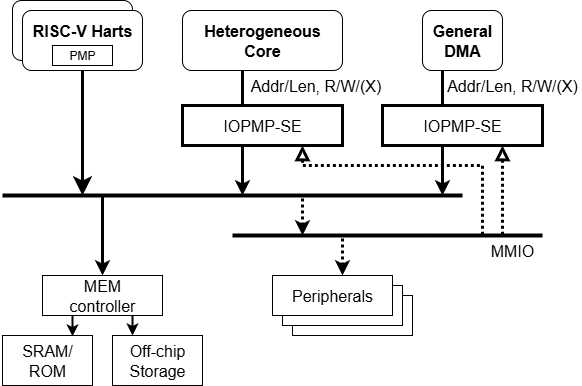
Before: images/IOPMP_SE.drawio.png, a diagram exported from draw.io (riscv-non-isa/iopmp-spec). Source tidied: cells renumbered, new cells last; positions are measured from the earlier drawing's top-left corner, leaving out a move shared by most shapes.
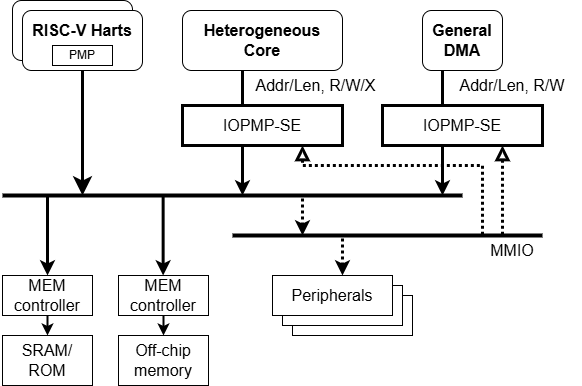
After the commit.

The edit, as a diff of the source:
```diff
@@ -2,124 +2,131 @@
   <root>
     <mxCell id="0" />
     <mxCell id="1" parent="0" />
-    <mxCell id="2" style="edgeStyle=orthogonalEdgeStyle;rounded=0;orthogonalLoop=1;jettySize=auto;html=1;endArrow=none;endFill=0;startArrow=classic;startFill=1;strokeWidth=3;curved=0;strokeColor=default;" parent="1" edge="1">
-      <mxGeometry relative="1" as="geometry">
-        <mxPoint x="240" y="195" as="sourcePoint" />
-        <mxPoint x="240" y="70" as="targetPoint" />
-      </mxGeometry>
-    </mxCell>
-    <mxCell id="3" style="edgeStyle=orthogonalEdgeStyle;rounded=0;orthogonalLoop=1;jettySize=auto;html=1;endArrow=none;endFill=0;startArrow=classic;startFill=1;strokeWidth=3;curved=0;strokeColor=default;" parent="1" edge="1">
-      <mxGeometry relative="1" as="geometry">
-        <mxPoint x="440" y="195" as="sourcePoint" />
-        <mxPoint x="440" y="70" as="targetPoint" />
-      </mxGeometry>
-    </mxCell>
-    <mxCell id="4" style="edgeStyle=orthogonalEdgeStyle;rounded=0;jettySize=auto;html=1;exitX=0.5;exitY=0;exitDx=0;exitDy=0;endArrow=none;endFill=0;startArrow=classic;startFill=1;strokeWidth=3;curved=0;strokeColor=default;exitPerimeter=0;" parent="1" edge="1" source="15">
-      <mxGeometry relative="1" as="geometry">
-        <mxPoint x="100" y="195" as="targetPoint" />
-      </mxGeometry>
-    </mxCell>
-    <mxCell id="5" style="edgeStyle=orthogonalEdgeStyle;rounded=0;jettySize=auto;html=1;exitX=0.5;exitY=1;exitDx=0;exitDy=0;strokeWidth=3;endArrow=classic;endFill=1;startSize=6;endSize=10;" parent="1" edge="1" source="21">
-      <mxGeometry relative="1" as="geometry">
-        <mxPoint x="80" y="195" as="targetPoint" />
-      </mxGeometry>
-    </mxCell>
+    <mxCell id="30" style="edgeStyle=orthogonalEdgeStyle;rounded=0;orthogonalLoop=1;jettySize=auto;html=1;endArrow=none;endFill=0;startArrow=classic;startFill=1;strokeWidth=3;curved=0;strokeColor=default;" parent="1" edge="1">
+      <mxGeometry relative="1" as="geometry">
+        <mxPoint x="240" y="195" as="sourcePoint" />
+        <mxPoint x="240" y="70" as="targetPoint" />
+      </mxGeometry>
+    </mxCell>
+    <mxCell id="31" style="edgeStyle=orthogonalEdgeStyle;rounded=0;orthogonalLoop=1;jettySize=auto;html=1;endArrow=none;endFill=0;startArrow=classic;startFill=1;strokeWidth=3;curved=0;strokeColor=default;" parent="1" edge="1">
+      <mxGeometry relative="1" as="geometry">
+        <mxPoint x="440" y="195" as="sourcePoint" />
+        <mxPoint x="440" y="70" as="targetPoint" />
+      </mxGeometry>
+    </mxCell>
+    <mxCell id="32" style="edgeStyle=orthogonalEdgeStyle;rounded=0;jettySize=auto;html=1;exitX=0.5;exitY=0;exitDx=0;exitDy=0;endArrow=none;endFill=0;startArrow=classic;startFill=1;strokeWidth=3;curved=0;strokeColor=default;exitPerimeter=0;" parent="1" edge="1" source="15">
+      <mxGeometry relative="1" as="geometry">
+        <mxPoint x="45" y="195" as="targetPoint" />
+      </mxGeometry>
+    </mxCell>
+    <mxCell id="33" style="edgeStyle=orthogonalEdgeStyle;rounded=0;jettySize=auto;html=1;exitX=0.5;exitY=1;exitDx=0;exitDy=0;strokeWidth=3;endArrow=classic;endFill=1;startSize=6;endSize=10;" parent="1" edge="1" source="21">
+      <mxGeometry relative="1" as="geometry">
+        <mxPoint x="80" y="195" as="targetPoint" />
+      </mxGeometry>
+    </mxCell>
     <mxCell id="6" value="&lt;font style=&quot;font-size: 16px;&quot;&gt;&lt;b&gt;Heterogeneous&lt;/b&gt;&lt;/font&gt;&lt;div&gt;&lt;font style=&quot;font-size: 16px;&quot;&gt;&lt;b&gt;Core&lt;/b&gt;&lt;/font&gt;&lt;/div&gt;" style="rounded=1;whiteSpace=wrap;html=1;" parent="1" vertex="1">
       <mxGeometry x="180" y="10" width="160" height="60" as="geometry" />
     </mxCell>
     <mxCell id="7" value="&lt;font style=&quot;font-size: 16px;&quot;&gt;&lt;b&gt;General&lt;/b&gt;&lt;/font&gt;&lt;div&gt;&lt;font style=&quot;font-size: 16px;&quot;&gt;&lt;b&gt;DMA&lt;/b&gt;&lt;/font&gt;&lt;/div&gt;" style="rounded=1;whiteSpace=wrap;html=1;" parent="1" vertex="1">
       <mxGeometry x="420" y="10" width="80" height="60" as="geometry" />
     </mxCell>
-    <mxCell id="8" style="edgeStyle=orthogonalEdgeStyle;rounded=0;orthogonalLoop=1;jettySize=auto;html=1;endArrow=none;endFill=0;startArrow=classic;startFill=1;strokeWidth=3;dashed=1;dashPattern=1 1;" parent="1" edge="1">
-      <mxGeometry relative="1" as="geometry">
-        <mxPoint x="300" y="235" as="sourcePoint" />
-        <mxPoint x="300" y="195" as="targetPoint" />
-        <Array as="points">
-          <mxPoint x="300" y="215" />
-          <mxPoint x="300" y="215" />
-        </Array>
-      </mxGeometry>
-    </mxCell>
-    <mxCell id="9" style="edgeStyle=orthogonalEdgeStyle;rounded=0;jettySize=auto;html=1;exitX=0.75;exitY=1;exitDx=0;exitDy=0;startArrow=block;startFill=0;endArrow=none;endFill=0;dashed=1;strokeWidth=3;dashPattern=1 1;targetPerimeterSpacing=0;sourcePerimeterSpacing=0;endSize=6;startSize=8;" parent="1" edge="1" source="26">
-      <mxGeometry relative="1" as="geometry">
-        <mxPoint x="480" y="235" as="targetPoint" />
-        <Array as="points">
-          <mxPoint x="300" y="165" />
-          <mxPoint x="480" y="165" />
-        </Array>
-      </mxGeometry>
-    </mxCell>
-    <mxCell id="10" value="&lt;font style=&quot;font-size: 16px;&quot;&gt;Peripherals&lt;/font&gt;" style="rounded=0;whiteSpace=wrap;html=1;" parent="1" vertex="1">
-      <mxGeometry x="290" y="295" width="120" height="40" as="geometry" />
-    </mxCell>
-    <mxCell id="11" value="&lt;font style=&quot;font-size: 16px;&quot;&gt;Peripherals&lt;/font&gt;" style="rounded=0;whiteSpace=wrap;html=1;" parent="1" vertex="1">
-      <mxGeometry x="280" y="285" width="120" height="40" as="geometry" />
-    </mxCell>
-    <mxCell id="12" style="edgeStyle=orthogonalEdgeStyle;rounded=0;jettySize=auto;html=1;exitX=0.583;exitY=0;exitDx=0;exitDy=0;startArrow=classic;startFill=1;endArrow=none;endFill=0;strokeWidth=3;dashed=1;dashPattern=1 1;exitPerimeter=0;" parent="1" edge="1" source="13">
-      <mxGeometry relative="1" as="geometry">
-        <mxPoint x="340" y="235" as="targetPoint" />
-      </mxGeometry>
-    </mxCell>
-    <mxCell id="13" value="&lt;font style=&quot;font-size: 16px;&quot;&gt;Peripherals&lt;/font&gt;" style="rounded=0;whiteSpace=wrap;html=1;" parent="1" vertex="1">
-      <mxGeometry x="270" y="275" width="120" height="40" as="geometry" />
-    </mxCell>
-    <mxCell id="14" style="edgeStyle=orthogonalEdgeStyle;rounded=0;jettySize=auto;html=1;startArrow=block;startFill=0;endArrow=none;endFill=0;dashed=1;strokeWidth=3;dashPattern=1 1;targetPerimeterSpacing=0;sourcePerimeterSpacing=0;endSize=6;startSize=8;exitX=0.75;exitY=1;exitDx=0;exitDy=0;" parent="1" edge="1" source="27">
-      <mxGeometry relative="1" as="geometry">
-        <mxPoint x="500" y="235" as="targetPoint" />
-      </mxGeometry>
-    </mxCell>
+    <mxCell id="34" style="edgeStyle=orthogonalEdgeStyle;rounded=0;orthogonalLoop=1;jettySize=auto;html=1;endArrow=none;endFill=0;startArrow=classic;startFill=1;strokeWidth=3;dashed=1;dashPattern=1 1;" parent="1" edge="1">
+      <mxGeometry relative="1" as="geometry">
+        <mxPoint x="300" y="235" as="sourcePoint" />
+        <mxPoint x="300" y="195" as="targetPoint" />
+        <Array as="points">
+          <mxPoint x="300" y="215" />
+          <mxPoint x="300" y="215" />
+        </Array>
+      </mxGeometry>
+    </mxCell>
+    <mxCell id="35" style="edgeStyle=orthogonalEdgeStyle;rounded=0;jettySize=auto;html=1;exitX=0.75;exitY=1;exitDx=0;exitDy=0;startArrow=block;startFill=0;endArrow=none;endFill=0;dashed=1;strokeWidth=3;dashPattern=1 1;targetPerimeterSpacing=0;sourcePerimeterSpacing=0;endSize=6;startSize=8;" parent="1" edge="1" source="46">
+      <mxGeometry relative="1" as="geometry">
+        <mxPoint x="480" y="235" as="targetPoint" />
+        <Array as="points">
+          <mxPoint x="300" y="165" />
+          <mxPoint x="480" y="165" />
+        </Array>
+      </mxGeometry>
+    </mxCell>
+    <mxCell id="36" value="&lt;font style=&quot;font-size: 16px;&quot;&gt;Peripherals&lt;/font&gt;" style="rounded=0;whiteSpace=wrap;html=1;" parent="1" vertex="1">
+      <mxGeometry x="290" y="295" width="120" height="40" as="geometry" />
+    </mxCell>
+    <mxCell id="37" value="&lt;font style=&quot;font-size: 16px;&quot;&gt;Peripherals&lt;/font&gt;" style="rounded=0;whiteSpace=wrap;html=1;" parent="1" vertex="1">
+      <mxGeometry x="280" y="285" width="120" height="40" as="geometry" />
+    </mxCell>
+    <mxCell id="38" style="edgeStyle=orthogonalEdgeStyle;rounded=0;jettySize=auto;html=1;exitX=0.583;exitY=0;exitDx=0;exitDy=0;startArrow=classic;startFill=1;endArrow=none;endFill=0;strokeWidth=3;dashed=1;dashPattern=1 1;exitPerimeter=0;" parent="1" edge="1" source="39">
+      <mxGeometry relative="1" as="geometry">
+        <mxPoint x="340" y="235" as="targetPoint" />
+      </mxGeometry>
+    </mxCell>
+    <mxCell id="39" value="&lt;font style=&quot;font-size: 16px;&quot;&gt;Peripherals&lt;/font&gt;" style="rounded=0;whiteSpace=wrap;html=1;" parent="1" vertex="1">
+      <mxGeometry x="270" y="275" width="120" height="40" as="geometry" />
+    </mxCell>
+    <mxCell id="40" style="edgeStyle=orthogonalEdgeStyle;rounded=0;jettySize=auto;html=1;startArrow=block;startFill=0;endArrow=none;endFill=0;dashed=1;strokeWidth=3;dashPattern=1 1;targetPerimeterSpacing=0;sourcePerimeterSpacing=0;endSize=6;startSize=8;exitX=0.75;exitY=1;exitDx=0;exitDy=0;" parent="1" edge="1" source="47">
+      <mxGeometry relative="1" as="geometry">
+        <mxPoint x="500" y="235" as="targetPoint" />
+      </mxGeometry>
+    </mxCell>
     <mxCell id="15" value="&lt;font style=&quot;font-size: 16px;&quot;&gt;MEM&lt;/font&gt;&lt;div&gt;&lt;span style=&quot;font-size: 16px;&quot;&gt;controller&lt;/span&gt;&lt;/div&gt;" style="rounded=0;whiteSpace=wrap;html=1;" parent="1" vertex="1">
-      <mxGeometry x="40" y="275" width="120" height="40" as="geometry" />
+      <mxGeometry y="275" width="90" height="40" as="geometry" />
     </mxCell>
     <mxCell id="16" value="&lt;span style=&quot;font-size: 16px;&quot;&gt;SRAM/&lt;/span&gt;&lt;div&gt;&lt;span style=&quot;font-size: 16px;&quot;&gt;ROM&lt;/span&gt;&lt;/div&gt;" style="rounded=0;whiteSpace=wrap;html=1;" parent="1" vertex="1">
       <mxGeometry y="335" width="90" height="50" as="geometry" />
     </mxCell>
-    <mxCell id="17" value="&lt;span style=&quot;font-size: 16px;&quot;&gt;Off-chip&lt;/span&gt;&lt;div&gt;&lt;span style=&quot;font-size: 16px;&quot;&gt;Storage&lt;/span&gt;&lt;/div&gt;" style="rounded=0;whiteSpace=wrap;html=1;" parent="1" vertex="1">
-      <mxGeometry x="110" y="335" width="90" height="50" as="geometry" />
-    </mxCell>
+    <mxCell id="41" value="&lt;span style=&quot;font-size: 16px;&quot;&gt;Off-chip&lt;/span&gt;&lt;div&gt;&lt;span style=&quot;font-size: 16px;&quot;&gt;memory&lt;/span&gt;&lt;/div&gt;" style="rounded=0;whiteSpace=wrap;html=1;" parent="1" vertex="1">
+      <mxGeometry x="116" y="335" width="90" height="50" as="geometry" />
+    </mxCell>
-    <mxCell id="18" style="edgeStyle=orthogonalEdgeStyle;rounded=0;jettySize=auto;html=1;exitX=0.25;exitY=1;exitDx=0;exitDy=0;entryX=0.778;entryY=0.017;entryDx=0;entryDy=0;entryPerimeter=0;strokeWidth=2;" parent="1" edge="1" source="15" target="16">
+    <mxCell id="18" style="edgeStyle=orthogonalEdgeStyle;rounded=0;jettySize=auto;html=1;exitX=0.5;exitY=1;exitDx=0;exitDy=0;entryX=0.5;entryY=0;entryDx=0;entryDy=0;strokeWidth=2;" parent="1" edge="1" source="15" target="16">
       <mxGeometry relative="1" as="geometry" />
     </mxCell>
     <mxCell id="19" value="&lt;font style=&quot;font-size: 16px;&quot;&gt;&lt;b&gt;RISC-V Harts&lt;/b&gt;&lt;/font&gt;" style="rounded=1;whiteSpace=wrap;html=1;" parent="1" vertex="1">
       <mxGeometry x="10" width="120" height="60" as="geometry" />
     </mxCell>
-    <mxCell id="20" style="edgeStyle=orthogonalEdgeStyle;rounded=0;jettySize=auto;html=1;exitX=0.75;exitY=1;exitDx=0;exitDy=0;strokeWidth=2;" parent="1" edge="1" source="15">
-      <mxGeometry relative="1" as="geometry">
-        <mxPoint x="130" y="335" as="targetPoint" />
-      </mxGeometry>
-    </mxCell>
+    <mxCell id="42" style="edgeStyle=orthogonalEdgeStyle;rounded=0;jettySize=auto;html=1;exitX=0.5;exitY=1;exitDx=0;exitDy=0;strokeWidth=2;entryX=0.5;entryY=0;entryDx=0;entryDy=0;" parent="1" edge="1" source="49" target="41">
+      <mxGeometry relative="1" as="geometry" />
+    </mxCell>
     <mxCell id="21" value="&lt;font style=&quot;font-size: 16px;&quot;&gt;&lt;b&gt;RISC-V Harts&lt;/b&gt;&lt;/font&gt;&lt;div&gt;&lt;font style=&quot;font-size: 16px;&quot;&gt;&lt;b&gt;&lt;br&gt;&lt;/b&gt;&lt;/font&gt;&lt;/div&gt;" style="rounded=1;whiteSpace=wrap;html=1;" parent="1" vertex="1">
       <mxGeometry x="20" y="10" width="120" height="60" as="geometry" />
     </mxCell>
-    <mxCell id="22" style="endArrow=none;startArrow=none;html=1;rounded=0;strokeWidth=4;startFill=0;endFill=0;" parent="1" edge="1">
-      <mxGeometry relative="1" as="geometry">
-        <mxPoint y="195" as="sourcePoint" />
-        <mxPoint x="460" y="195" as="targetPoint" />
-      </mxGeometry>
-    </mxCell>
-    <mxCell id="23" style="endArrow=none;startArrow=none;html=1;rounded=0;strokeWidth=4;startFill=0;endFill=0;" parent="1" edge="1">
-      <mxGeometry relative="1" as="geometry">
-        <mxPoint x="230" y="235" as="sourcePoint" />
-        <mxPoint x="540" y="235" as="targetPoint" />
-      </mxGeometry>
-    </mxCell>
-    <mxCell id="24" value="&lt;font style=&quot;font-size: 16px;&quot;&gt;Addr/Len, R/W/(X)&lt;/font&gt;" style="text;html=1;align=center;verticalAlign=middle;whiteSpace=wrap;rounded=0;" parent="1" vertex="1">
-      <mxGeometry x="247" y="70" width="133" height="30" as="geometry" />
-    </mxCell>
+    <mxCell id="43" style="endArrow=none;startArrow=none;html=1;rounded=0;strokeWidth=4;startFill=0;endFill=0;" parent="1" edge="1">
+      <mxGeometry relative="1" as="geometry">
+        <mxPoint y="195" as="sourcePoint" />
+        <mxPoint x="460" y="195" as="targetPoint" />
+      </mxGeometry>
+    </mxCell>
+    <mxCell id="44" style="endArrow=none;startArrow=none;html=1;rounded=0;strokeWidth=4;startFill=0;endFill=0;" parent="1" edge="1">
+      <mxGeometry relative="1" as="geometry">
+        <mxPoint x="230" y="235" as="sourcePoint" />
+        <mxPoint x="540" y="235" as="targetPoint" />
+      </mxGeometry>
+    </mxCell>
+    <mxCell id="45" value="&lt;font style=&quot;font-size: 16px;&quot;&gt;Addr/Len, R/W/X&lt;/font&gt;" style="text;html=1;align=center;verticalAlign=middle;whiteSpace=wrap;rounded=0;" parent="1" vertex="1">
+      <mxGeometry x="247" y="70" width="133" height="30" as="geometry" />
+    </mxCell>
     <mxCell id="25" value="PMP" style="rounded=0;whiteSpace=wrap;html=1;" parent="1" vertex="1">
       <mxGeometry x="50" y="45" width="60" height="20" as="geometry" />
     </mxCell>
-    <mxCell id="26" value="&lt;font style=&quot;font-size: 16px;&quot;&gt;IOPMP-SE&lt;/font&gt;" style="rounded=0;whiteSpace=wrap;html=1;strokeWidth=3;" parent="1" vertex="1">
-      <mxGeometry x="180" y="105" width="160" height="40" as="geometry" />
-    </mxCell>
-    <mxCell id="27" value="&lt;font style=&quot;font-size: 16px;&quot;&gt;IOPMP-SE&lt;/font&gt;" style="rounded=0;whiteSpace=wrap;html=1;strokeWidth=3;" parent="1" vertex="1">
-      <mxGeometry x="380" y="105" width="160" height="40" as="geometry" />
-    </mxCell>
-    <mxCell id="28" value="&lt;font style=&quot;font-size: 16px;&quot;&gt;Addr/Len, R/W/(X)&lt;/font&gt;" style="text;html=1;align=center;verticalAlign=middle;whiteSpace=wrap;rounded=0;" parent="1" vertex="1">
-      <mxGeometry x="440" y="70" width="140" height="30" as="geometry" />
-    </mxCell>
+    <mxCell id="46" value="&lt;font style=&quot;font-size: 16px;&quot;&gt;IOPMP-SE&lt;/font&gt;" style="rounded=0;whiteSpace=wrap;html=1;strokeWidth=3;" parent="1" vertex="1">
+      <mxGeometry x="180" y="105" width="160" height="40" as="geometry" />
+    </mxCell>
+    <mxCell id="47" value="&lt;font style=&quot;font-size: 16px;&quot;&gt;IOPMP-SE&lt;/font&gt;" style="rounded=0;whiteSpace=wrap;html=1;strokeWidth=3;" parent="1" vertex="1">
+      <mxGeometry x="380" y="105" width="160" height="40" as="geometry" />
+    </mxCell>
+    <mxCell id="48" value="&lt;font style=&quot;font-size: 16px;&quot;&gt;Addr/Len, R/W&lt;/font&gt;" style="text;html=1;align=center;verticalAlign=middle;whiteSpace=wrap;rounded=0;" parent="1" vertex="1">
+      <mxGeometry x="440" y="70" width="140" height="30" as="geometry" />
+    </mxCell>
     <mxCell id="29" value="&lt;font style=&quot;font-size: 16px;&quot;&gt;MMIO&lt;/font&gt;" style="text;html=1;align=center;verticalAlign=middle;whiteSpace=wrap;rounded=0;" parent="1" vertex="1">
       <mxGeometry x="480" y="235" width="60" height="30" as="geometry" />
     </mxCell>
+    <mxCell id="49" value="&lt;span style=&quot;font-size: 16px;&quot;&gt;MEM&lt;/span&gt;&lt;br&gt;&lt;div&gt;&lt;span style=&quot;font-size: 16px;&quot;&gt;controller&lt;/span&gt;&lt;/div&gt;" style="rounded=0;whiteSpace=wrap;html=1;" parent="1" vertex="1">
+      <mxGeometry x="116" y="275" width="90" height="40" as="geometry" />
+    </mxCell>
+    <mxCell id="50" style="edgeStyle=orthogonalEdgeStyle;rounded=0;orthogonalLoop=1;jettySize=auto;html=1;exitX=0.5;exitY=0;exitDx=0;exitDy=0;endArrow=none;endFill=0;startArrow=classic;startFill=1;strokeWidth=3;curved=0;strokeColor=default;exitPerimeter=0;" parent="1" edge="1">
+      <mxGeometry relative="1" as="geometry">
+        <mxPoint x="160.6" y="275" as="sourcePoint" />
+        <mxPoint x="160.6" y="195" as="targetPoint" />
+      </mxGeometry>
+    </mxCell>
   </root>
 </mxGraphModel>
```
